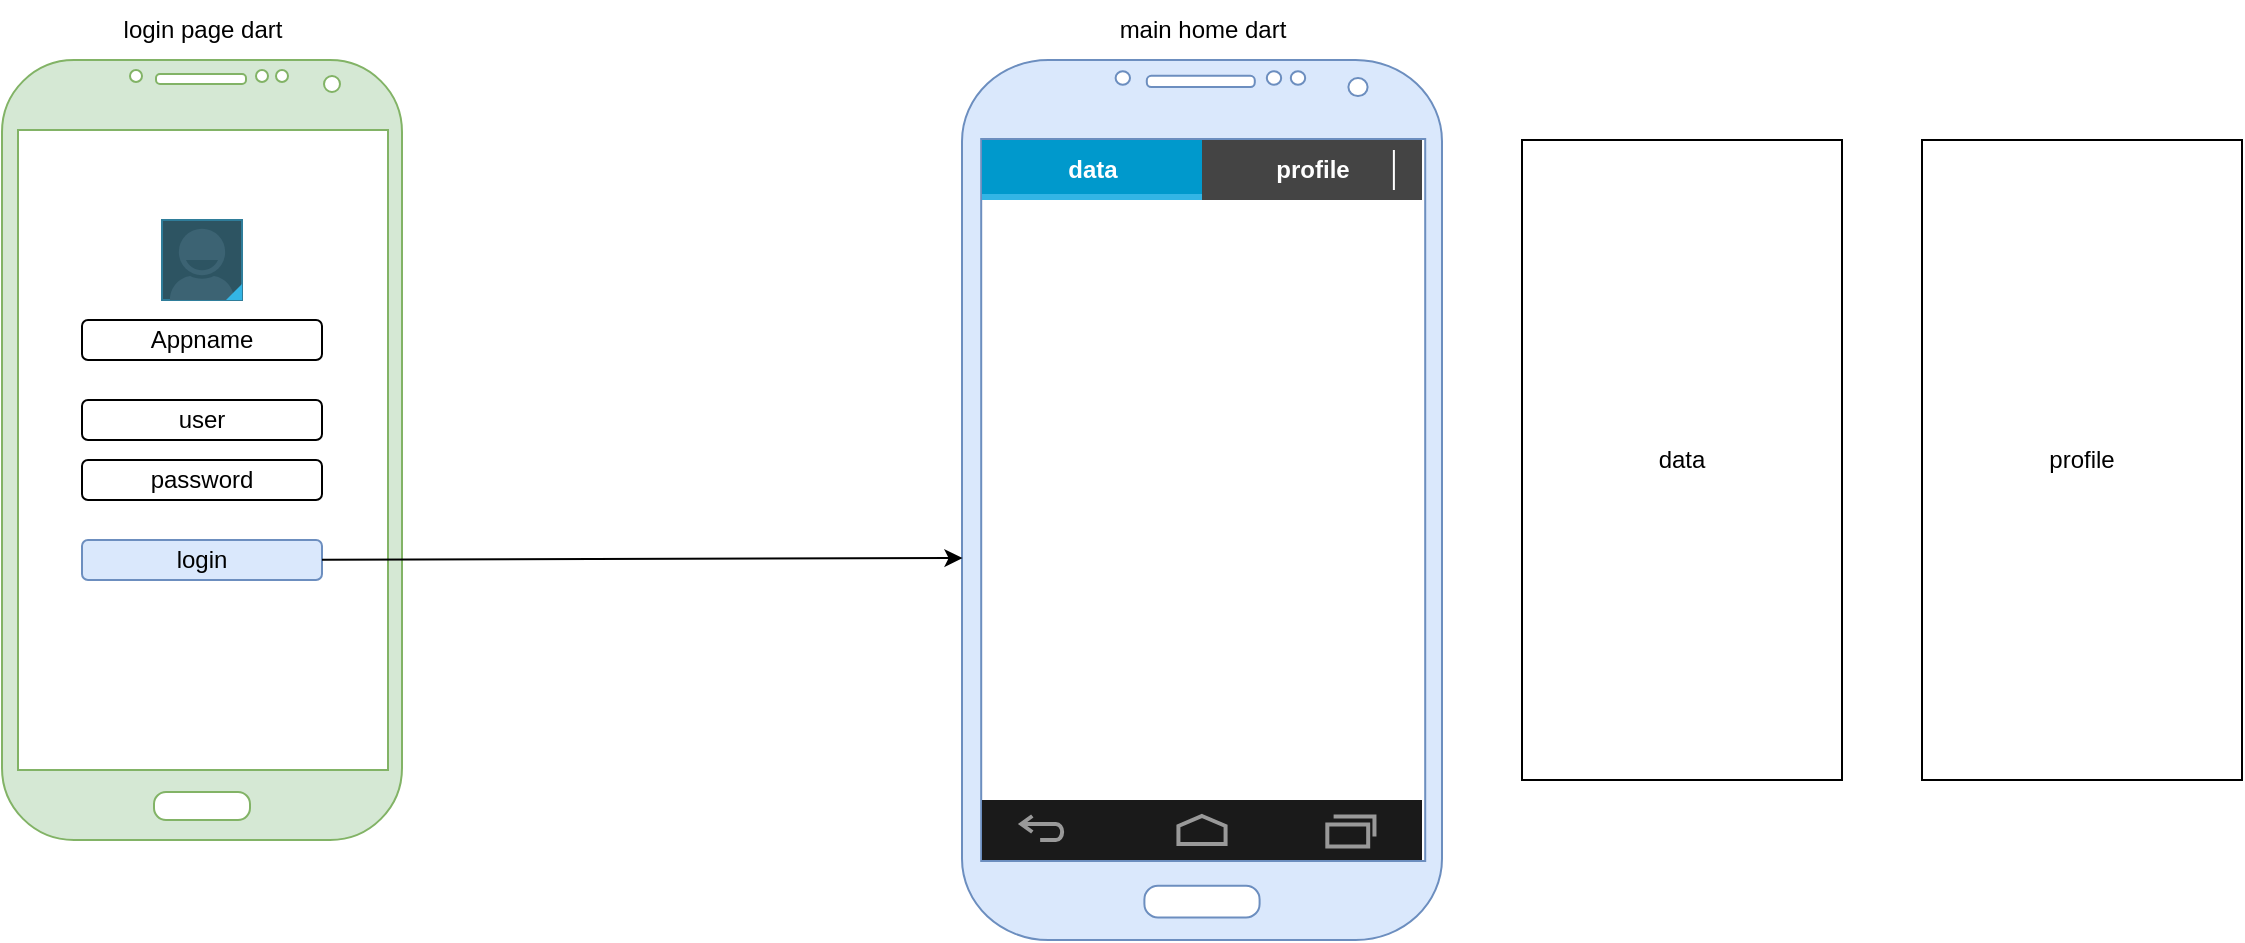
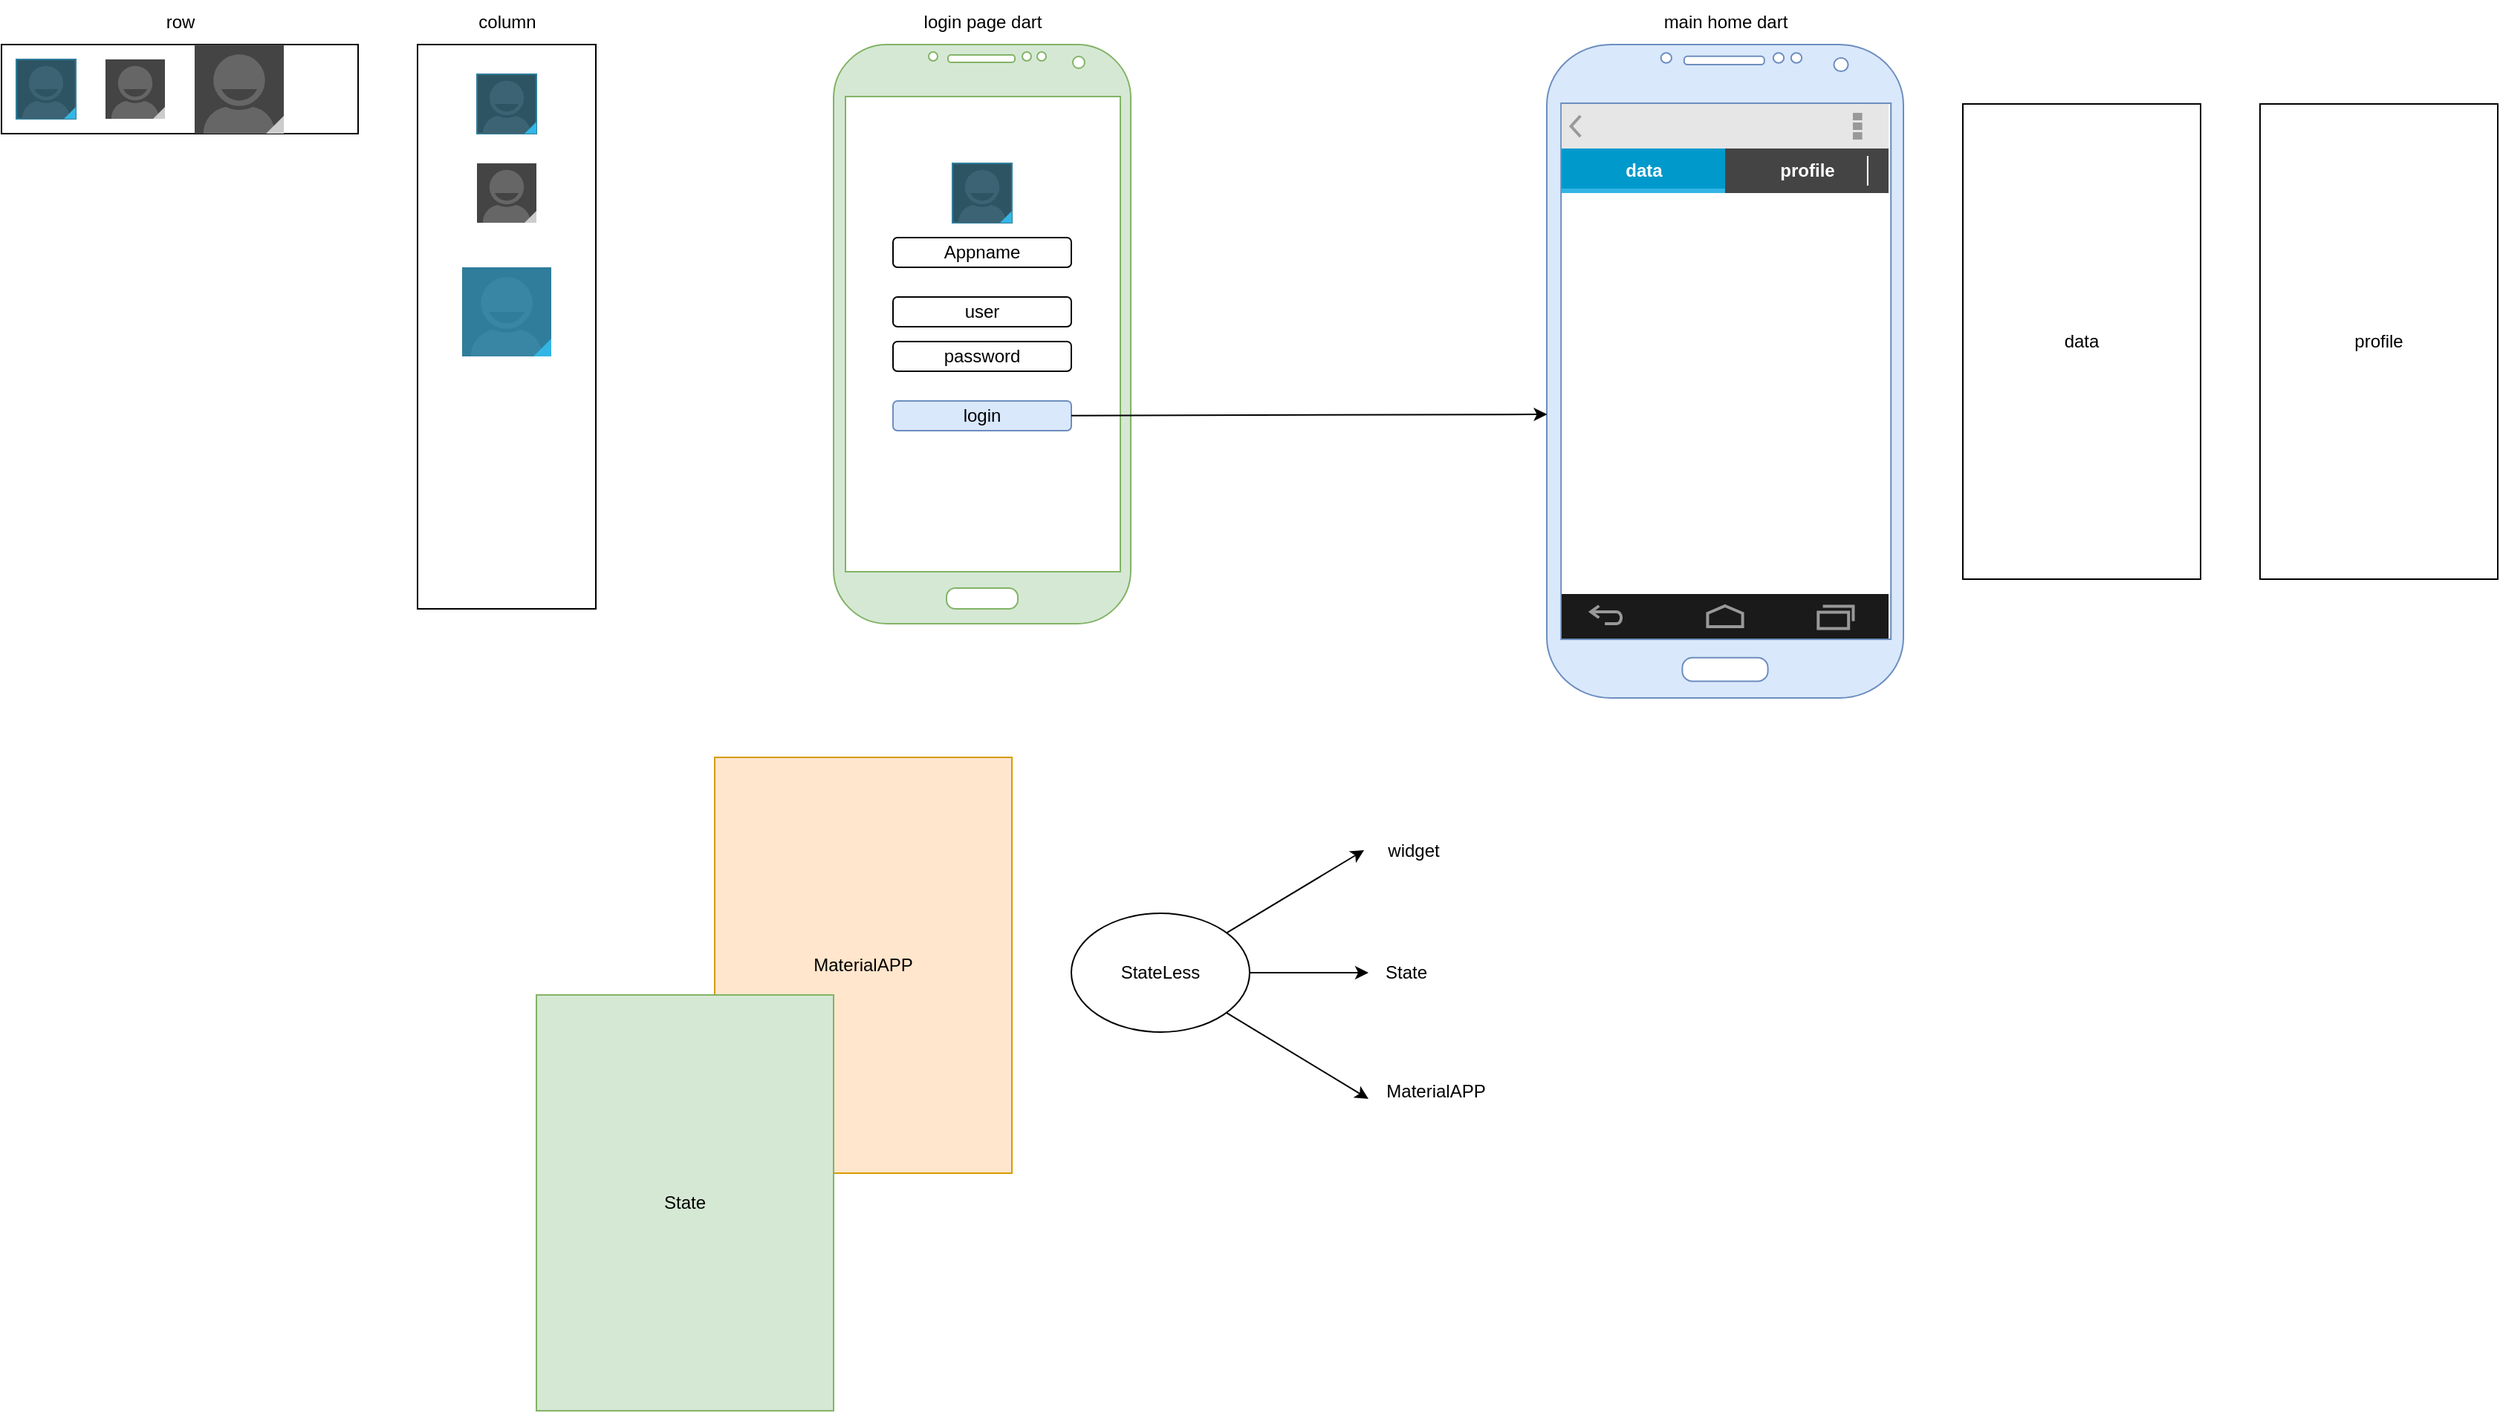
<mxfile host="65bd71144e">
    <diagram id="a5sEBNfiKX6C3rn7cG_P" name="Page-1">
-         <mxGraphModel dx="1179" dy="662" grid="1" gridSize="10" guides="1" tooltips="1" connect="1" arrows="1" fold="1" page="1" pageScale="1" pageWidth="850" pageHeight="1100" math="0" shadow="0">
+         <mxGraphModel dx="1534" dy="417" grid="1" gridSize="10" guides="1" tooltips="1" connect="1" arrows="1" fold="1" page="1" pageScale="1" pageWidth="850" pageHeight="1100" math="0" shadow="0">
            <root>
                <mxCell id="0"/>
                <mxCell id="1" parent="0"/>
-                 <mxCell id="2" value="" style="verticalLabelPosition=bottom;verticalAlign=top;html=1;shadow=0;dashed=0;strokeWidth=1;shape=mxgraph.android.phone2;strokeColor=#82b366;fillColor=#d5e8d4;" vertex="1" parent="1">
+                 <mxCell id="2" value="" style="verticalLabelPosition=bottom;verticalAlign=top;html=1;shadow=0;dashed=0;strokeWidth=1;shape=mxgraph.android.phone2;strokeColor=#82b366;fillColor=#d5e8d4;" parent="1" vertex="1">
                    <mxGeometry x="240" y="160" width="200" height="390" as="geometry"/>
                </mxCell>
-                 <mxCell id="4" value="" style="verticalLabelPosition=bottom;verticalAlign=top;html=1;shadow=0;dashed=0;strokeWidth=1;shape=mxgraph.android.phone2;strokeColor=#6c8ebf;fillColor=#dae8fc;" vertex="1" parent="1">
+                 <mxCell id="4" value="" style="verticalLabelPosition=bottom;verticalAlign=top;html=1;shadow=0;dashed=0;strokeWidth=1;shape=mxgraph.android.phone2;strokeColor=#6c8ebf;fillColor=#dae8fc;" parent="1" vertex="1">
                    <mxGeometry x="720" y="160" width="240" height="440" as="geometry"/>
                </mxCell>
-                 <mxCell id="5" value="" style="verticalLabelPosition=bottom;verticalAlign=top;html=1;shadow=0;dashed=0;strokeWidth=1;shape=mxgraph.android.contact_badge_focused;sketch=0;" vertex="1" parent="1">
+                 <mxCell id="5" value="" style="verticalLabelPosition=bottom;verticalAlign=top;html=1;shadow=0;dashed=0;strokeWidth=1;shape=mxgraph.android.contact_badge_focused;sketch=0;" parent="1" vertex="1">
                    <mxGeometry x="320" y="240" width="40" height="40" as="geometry"/>
                </mxCell>
-                 <mxCell id="6" value="Appname" style="rounded=1;whiteSpace=wrap;html=1;" vertex="1" parent="1">
+                 <mxCell id="6" value="Appname" style="rounded=1;whiteSpace=wrap;html=1;" parent="1" vertex="1">
                    <mxGeometry x="280" y="290" width="120" height="20" as="geometry"/>
                </mxCell>
-                 <mxCell id="7" value="user" style="rounded=1;whiteSpace=wrap;html=1;" vertex="1" parent="1">
+                 <mxCell id="7" value="user" style="rounded=1;whiteSpace=wrap;html=1;" parent="1" vertex="1">
                    <mxGeometry x="280" y="330" width="120" height="20" as="geometry"/>
                </mxCell>
-                 <mxCell id="8" value="password" style="rounded=1;whiteSpace=wrap;html=1;" vertex="1" parent="1">
+                 <mxCell id="8" value="password" style="rounded=1;whiteSpace=wrap;html=1;" parent="1" vertex="1">
                    <mxGeometry x="280" y="360" width="120" height="20" as="geometry"/>
                </mxCell>
-                 <mxCell id="9" value="login" style="rounded=1;whiteSpace=wrap;html=1;fillColor=#dae8fc;strokeColor=#6c8ebf;" vertex="1" parent="1">
+                 <mxCell id="9" value="login" style="rounded=1;whiteSpace=wrap;html=1;fillColor=#dae8fc;strokeColor=#6c8ebf;" parent="1" vertex="1">
                    <mxGeometry x="280" y="400" width="120" height="20" as="geometry"/>
                </mxCell>
-                 <mxCell id="12" style="edgeStyle=none;html=1;entryX=0.001;entryY=0.566;entryDx=0;entryDy=0;entryPerimeter=0;" edge="1" parent="1" source="9" target="4">
+                 <mxCell id="12" style="edgeStyle=none;html=1;entryX=0.001;entryY=0.566;entryDx=0;entryDy=0;entryPerimeter=0;" parent="1" source="9" target="4" edge="1">
                    <mxGeometry relative="1" as="geometry"/>
                </mxCell>
-                 <mxCell id="14" value="" style="verticalLabelPosition=bottom;verticalAlign=top;html=1;shadow=0;dashed=0;strokeWidth=2;shape=mxgraph.android.navigation_bar_1_landscape;fillColor=#1A1A1A;strokeColor=#999999;sketch=0;" vertex="1" parent="1">
+                 <mxCell id="14" value="" style="verticalLabelPosition=bottom;verticalAlign=top;html=1;shadow=0;dashed=0;strokeWidth=2;shape=mxgraph.android.navigation_bar_1_landscape;fillColor=#1A1A1A;strokeColor=#999999;sketch=0;" parent="1" vertex="1">
                    <mxGeometry x="730" y="530" width="220" height="30" as="geometry"/>
                </mxCell>
-                 <mxCell id="15" value="" style="strokeWidth=1;html=1;shadow=0;dashed=0;shape=mxgraph.android.rrect;rSize=0;fillColor=#444444;strokeColor=none;" vertex="1" parent="1">
+                 <mxCell id="15" value="" style="strokeWidth=1;html=1;shadow=0;dashed=0;shape=mxgraph.android.rrect;rSize=0;fillColor=#444444;strokeColor=none;" parent="1" vertex="1">
+                     <mxGeometry x="730" y="230" width="220" height="30" as="geometry"/>
+                 </mxCell>
+                 <mxCell id="17" value="data" style="strokeWidth=1;html=1;shadow=0;dashed=0;shape=mxgraph.android.rrect;rSize=0;fontStyle=1;fillColor=#0099cc;strokeColor=none;fontColor=#ffffff;" parent="15" vertex="1">
+                     <mxGeometry width="110" height="30" as="geometry"/>
+                 </mxCell>
+                 <mxCell id="18" value="" style="strokeWidth=1;html=1;shadow=0;dashed=0;shape=mxgraph.android.rrect;rSize=0;fillColor=#33b5e5;strokeColor=none;" parent="17" vertex="1">
+                     <mxGeometry y="27" width="110" height="3" as="geometry"/>
+                 </mxCell>
+                 <mxCell id="19" value="profile" style="strokeWidth=1;html=1;shadow=0;dashed=0;shape=mxgraph.android.anchor;fontStyle=1;fontColor=#ffffff;" parent="15" vertex="1">
+                     <mxGeometry x="110" width="110" height="30" as="geometry"/>
+                 </mxCell>
+                 <mxCell id="21" value="" style="shape=line;strokeColor=#ffffff;direction=south;" parent="15" vertex="1">
+                     <mxGeometry x="199.9983783783784" y="5" width="11.891891891891893" height="20" as="geometry"/>
+                 </mxCell>
+                 <mxCell id="22" value="data" style="html=1;dashed=0;whiteSpace=wrap;" parent="1" vertex="1">
+                     <mxGeometry x="1000" y="200" width="160" height="320" as="geometry"/>
+                 </mxCell>
+                 <mxCell id="23" value="profile" style="html=1;dashed=0;whiteSpace=wrap;" parent="1" vertex="1">
+                     <mxGeometry x="1200" y="200" width="160" height="320" as="geometry"/>
+                 </mxCell>
+                 <mxCell id="24" value="login page dart" style="text;html=1;align=center;verticalAlign=middle;resizable=0;points=[];autosize=1;strokeColor=none;fillColor=none;" parent="1" vertex="1">
+                     <mxGeometry x="290" y="130" width="100" height="30" as="geometry"/>
+                 </mxCell>
+                 <mxCell id="25" value="main home dart" style="text;html=1;align=center;verticalAlign=middle;resizable=0;points=[];autosize=1;strokeColor=none;fillColor=none;" parent="1" vertex="1">
+                     <mxGeometry x="785" y="130" width="110" height="30" as="geometry"/>
+                 </mxCell>
+                 <mxCell id="26" value="" style="strokeWidth=1;html=1;shadow=0;dashed=0;shape=mxgraph.android.action_bar;fillColor=#E6E6E6;strokeColor=#c0c0c0;strokeWidth=2;whiteSpace=wrap;" parent="1" vertex="1">
                    <mxGeometry x="730" y="200" width="220" height="30" as="geometry"/>
                </mxCell>
-                 <mxCell id="17" value="data" style="strokeWidth=1;html=1;shadow=0;dashed=0;shape=mxgraph.android.rrect;rSize=0;fontStyle=1;fillColor=#0099cc;strokeColor=none;fontColor=#ffffff;" vertex="1" parent="15">
-                     <mxGeometry width="110" height="30" as="geometry"/>
+                 <mxCell id="27" value="MaterialAPP" style="whiteSpace=wrap;html=1;fillColor=#ffe6cc;strokeColor=#d79b00;" parent="1" vertex="1">
+                     <mxGeometry x="160" y="640" width="200" height="280" as="geometry"/>
                </mxCell>
-                 <mxCell id="18" value="" style="strokeWidth=1;html=1;shadow=0;dashed=0;shape=mxgraph.android.rrect;rSize=0;fillColor=#33b5e5;strokeColor=none;" vertex="1" parent="17">
-                     <mxGeometry y="27" width="110" height="3" as="geometry"/>
+                 <mxCell id="29" value="State" style="whiteSpace=wrap;html=1;fillColor=#d5e8d4;strokeColor=#82b366;" parent="1" vertex="1">
+                     <mxGeometry x="40" y="800" width="200" height="280" as="geometry"/>
                </mxCell>
-                 <mxCell id="19" value="profile" style="strokeWidth=1;html=1;shadow=0;dashed=0;shape=mxgraph.android.anchor;fontStyle=1;fontColor=#ffffff;" vertex="1" parent="15">
-                     <mxGeometry x="110" width="110" height="30" as="geometry"/>
+                 <mxCell id="35" style="edgeStyle=none;html=1;" parent="1" source="30" target="32" edge="1">
+                     <mxGeometry relative="1" as="geometry"/>
                </mxCell>
-                 <mxCell id="21" value="" style="shape=line;strokeColor=#ffffff;direction=south;" vertex="1" parent="15">
-                     <mxGeometry x="199.9983783783784" y="5" width="11.891891891891893" height="20" as="geometry"/>
+                 <mxCell id="30" value="StateLess" style="ellipse;whiteSpace=wrap;html=1;" parent="1" vertex="1">
+                     <mxGeometry x="400" y="745" width="120" height="80" as="geometry"/>
                </mxCell>
-                 <mxCell id="22" value="data" style="html=1;dashed=0;whiteSpace=wrap;" vertex="1" parent="1">
-                     <mxGeometry x="1000" y="200" width="160" height="320" as="geometry"/>
+                 <mxCell id="31" value="widget" style="text;html=1;align=center;verticalAlign=middle;resizable=0;points=[];autosize=1;strokeColor=none;fillColor=none;" parent="1" vertex="1">
+                     <mxGeometry x="600" y="688" width="60" height="30" as="geometry"/>
                </mxCell>
-                 <mxCell id="23" value="profile" style="html=1;dashed=0;whiteSpace=wrap;" vertex="1" parent="1">
-                     <mxGeometry x="1200" y="200" width="160" height="320" as="geometry"/>
+                 <mxCell id="32" value="State" style="text;html=1;align=center;verticalAlign=middle;resizable=0;points=[];autosize=1;strokeColor=none;fillColor=none;" parent="1" vertex="1">
+                     <mxGeometry x="600" y="770" width="50" height="30" as="geometry"/>
                </mxCell>
-                 <mxCell id="24" value="login page dart" style="text;html=1;align=center;verticalAlign=middle;resizable=0;points=[];autosize=1;strokeColor=none;fillColor=none;" vertex="1" parent="1">
-                     <mxGeometry x="290" y="130" width="100" height="30" as="geometry"/>
+                 <mxCell id="33" value="&lt;span style=&quot;color: rgb(0, 0, 0); white-space: normal;&quot;&gt;MaterialAPP&lt;/span&gt;" style="text;html=1;align=center;verticalAlign=middle;resizable=0;points=[];autosize=1;strokeColor=none;fillColor=none;" parent="1" vertex="1">
+                     <mxGeometry x="600" y="850" width="90" height="30" as="geometry"/>
                </mxCell>
-                 <mxCell id="25" value="main home dart" style="text;html=1;align=center;verticalAlign=middle;resizable=0;points=[];autosize=1;strokeColor=none;fillColor=none;" vertex="1" parent="1">
-                     <mxGeometry x="785" y="130" width="110" height="30" as="geometry"/>
+                 <mxCell id="34" style="edgeStyle=none;html=1;entryX=0;entryY=0.667;entryDx=0;entryDy=0;entryPerimeter=0;" parent="1" source="30" target="33" edge="1">
+                     <mxGeometry relative="1" as="geometry"/>
+                 </mxCell>
+                 <mxCell id="36" style="edgeStyle=none;html=1;entryX=-0.049;entryY=0.482;entryDx=0;entryDy=0;entryPerimeter=0;" parent="1" source="30" target="31" edge="1">
+                     <mxGeometry relative="1" as="geometry"/>
+                 </mxCell>
+                 <mxCell id="37" value="" style="whiteSpace=wrap;html=1;" vertex="1" parent="1">
+                     <mxGeometry x="-40" y="160" width="120" height="380" as="geometry"/>
+                 </mxCell>
+                 <mxCell id="38" value="" style="verticalLabelPosition=bottom;verticalAlign=top;html=1;shadow=0;dashed=0;strokeWidth=1;shape=mxgraph.android.contact_badge_focused;sketch=0;" vertex="1" parent="1">
+                     <mxGeometry y="180" width="40" height="40" as="geometry"/>
+                 </mxCell>
+                 <mxCell id="39" value="" style="verticalLabelPosition=bottom;verticalAlign=top;html=1;shadow=0;dashed=0;strokeWidth=1;shape=mxgraph.android.contact_badge_normal;sketch=0;" vertex="1" parent="1">
+                     <mxGeometry y="240" width="40" height="40" as="geometry"/>
+                 </mxCell>
+                 <mxCell id="40" value="" style="whiteSpace=wrap;html=1;" vertex="1" parent="1">
+                     <mxGeometry x="-320" y="160" width="240" height="60" as="geometry"/>
+                 </mxCell>
+                 <mxCell id="41" value="column" style="text;html=1;align=center;verticalAlign=middle;resizable=0;points=[];autosize=1;strokeColor=none;fillColor=none;" vertex="1" parent="1">
+                     <mxGeometry x="-10" y="130" width="60" height="30" as="geometry"/>
+                 </mxCell>
+                 <mxCell id="42" value="row" style="text;html=1;align=center;verticalAlign=middle;resizable=0;points=[];autosize=1;strokeColor=none;fillColor=none;" vertex="1" parent="1">
+                     <mxGeometry x="-220" y="130" width="40" height="30" as="geometry"/>
+                 </mxCell>
+                 <mxCell id="43" value="" style="verticalLabelPosition=bottom;verticalAlign=top;html=1;shadow=0;dashed=0;strokeWidth=1;shape=mxgraph.android.contact_badge_pressed;sketch=0;" vertex="1" parent="1">
+                     <mxGeometry x="-10" y="310" width="60" height="60" as="geometry"/>
+                 </mxCell>
+                 <mxCell id="44" value="" style="verticalLabelPosition=bottom;verticalAlign=top;html=1;shadow=0;dashed=0;strokeWidth=1;shape=mxgraph.android.contact_badge_focused;sketch=0;" vertex="1" parent="1">
+                     <mxGeometry x="-310" y="170" width="40" height="40" as="geometry"/>
+                 </mxCell>
+                 <mxCell id="45" value="" style="verticalLabelPosition=bottom;verticalAlign=top;html=1;shadow=0;dashed=0;strokeWidth=1;shape=mxgraph.android.contact_badge_normal;sketch=0;" vertex="1" parent="1">
+                     <mxGeometry x="-250" y="170" width="40" height="40" as="geometry"/>
+                 </mxCell>
+                 <mxCell id="46" value="" style="verticalLabelPosition=bottom;verticalAlign=top;html=1;shadow=0;dashed=0;strokeWidth=1;shape=mxgraph.android.contact_badge_normal;sketch=0;" vertex="1" parent="1">
+                     <mxGeometry x="-190" y="160" width="60" height="60" as="geometry"/>
                </mxCell>
            </root>
        </mxGraphModel>
    </diagram>
</mxfile>